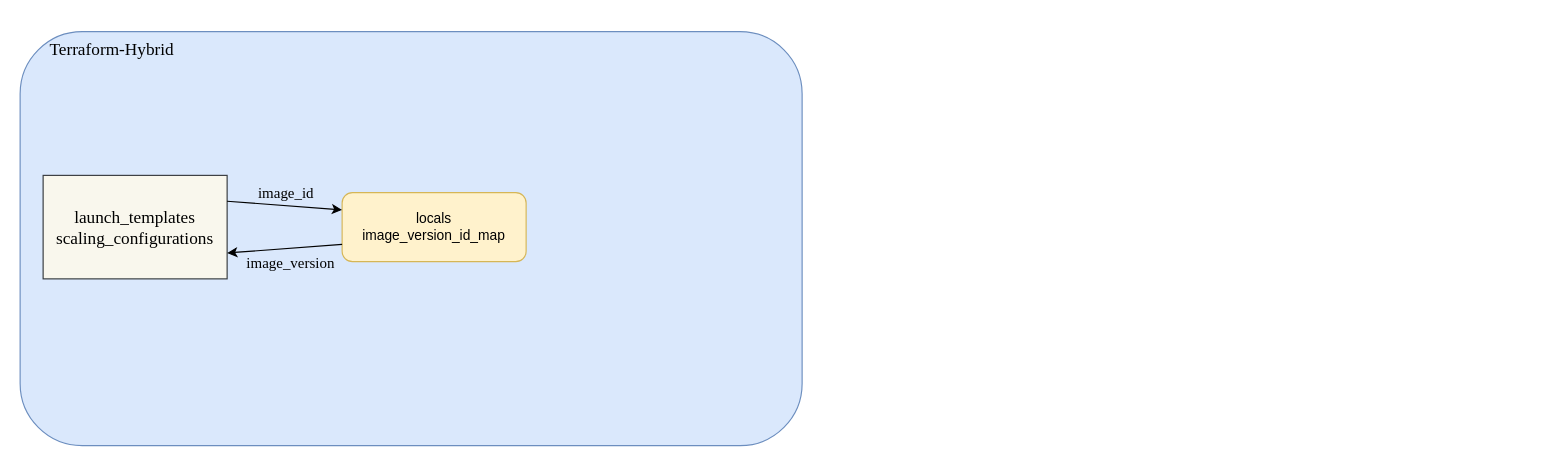
The draw.io diagram packon-terraform-hybrid-connection.drawio in YanshanSong/draw.io, before the edit. Source tidied: cells renumbered, new cells numbered last; positions are measured from the earlier drawing's top-left corner, leaving out a move shared by most shapes. Both pictures are drawn from the tidied source at 115%, with x=0, y=0 at pixel (20, 20).
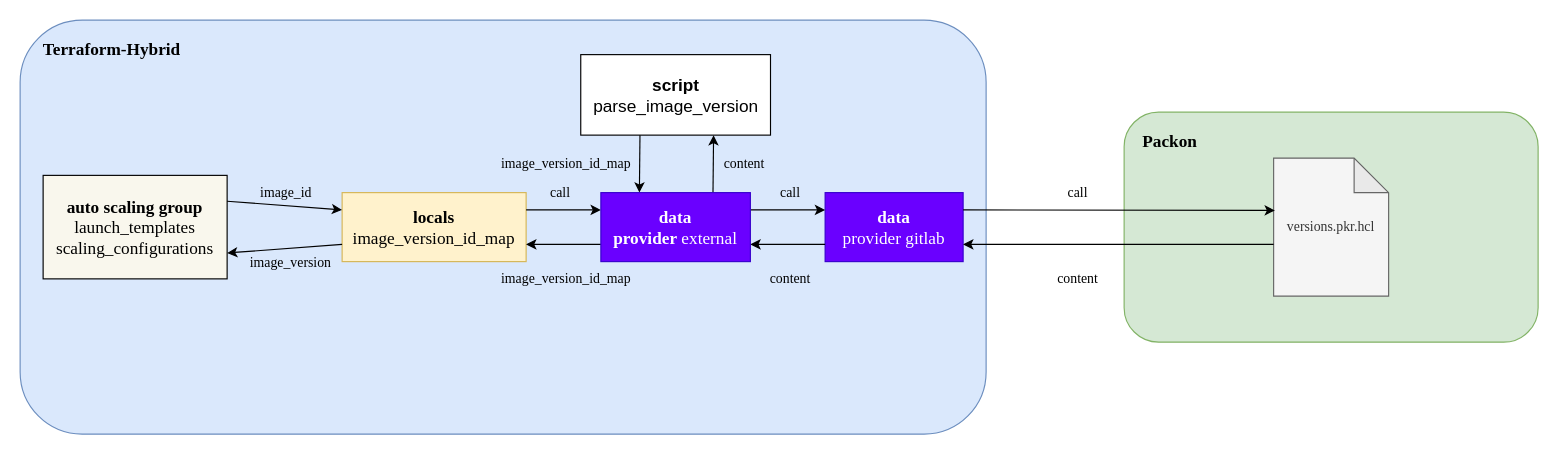
The same diagram, later.

The change refers to these unchanged cells:
```xml
<mxCell id="7" style="endArrow=classic;html=1;rounded=0;entryX=1;entryY=0.75;entryDx=0;entryDy=0;exitX=0;exitY=0.75;exitDx=0;exitDy=0;" parent="1" edge="1" source="5" target="4">
  <mxGeometry relative="1" as="geometry" />
</mxCell>
```

The edit, as a diff of the source:
```diff
@@
     <mxCell id="2" style="rounded=1;whiteSpace=wrap;html=1;fillColor=#dae8fc;strokeColor=#6c8ebf;" parent="1" vertex="1">
-      <mxGeometry y="10" width="680" height="360" as="geometry" />
+      <mxGeometry width="840" height="360" as="geometry" />
     </mxCell>
-    <mxCell id="3" value="Terraform-Hybrid" style="text;html=1;strokeColor=none;fillColor=none;align=center;verticalAlign=middle;whiteSpace=wrap;rounded=0;fontFamily=Times New Roman;fontSize=15;" parent="1" vertex="1">
+    <mxCell id="3" value="Terraform-Hybrid" style="text;html=1;strokeColor=none;fillColor=none;align=center;verticalAlign=middle;whiteSpace=wrap;rounded=0;fontFamily=Times New Roman;fontSize=15;fontStyle=1;" parent="1" vertex="1">
       <mxGeometry width="160" height="50" as="geometry" />
     </mxCell>
-    <mxCell id="4" value="&lt;font style=&quot;font-size: 15px;&quot; face=&quot;Times New Roman&quot;&gt;launch_templates&lt;br&gt;scaling_configurations&lt;/font&gt;" style="rounded=0;whiteSpace=wrap;html=1;fillColor=#f9f7ed;strokeColor=#36393d;" parent="1" vertex="1">
+    <mxCell id="4" value="&lt;font style=&quot;font-size: 15px;&quot; face=&quot;Times New Roman&quot;&gt;&lt;b&gt;auto scaling group&lt;/b&gt;&lt;br&gt;launch_templates&lt;br&gt;scaling_configurations&lt;/font&gt;" style="rounded=0;whiteSpace=wrap;html=1;fillColor=#f9f7ed;strokeColor=default;labelBorderColor=none;fontColor=default;" parent="1" vertex="1">
       <mxGeometry x="20" y="135" width="160" height="90" as="geometry" />
     </mxCell>
-    <mxCell id="5" value="locals&lt;br&gt;image_version_id_map" style="rounded=1;whiteSpace=wrap;html=1;fillColor=#fff2cc;strokeColor=#d6b656;" parent="1" vertex="1">
+    <mxCell id="5" value="&lt;font style=&quot;font-size: 15px;&quot; face=&quot;Times New Roman&quot;&gt;&lt;b&gt;locals&lt;/b&gt;&lt;br&gt;image_version_id_map&lt;/font&gt;" style="rounded=0;whiteSpace=wrap;html=1;fillColor=#fff2cc;strokeColor=#d6b656;" parent="1" vertex="1">
       <mxGeometry x="280" y="150" width="160" height="60" as="geometry" />
     </mxCell>
-    <mxCell id="6" value="image_id" style="endArrow=classic;html=1;rounded=0;exitX=1;exitY=0.25;exitDx=0;exitDy=0;entryX=0;entryY=0.25;entryDx=0;entryDy=0;labelBackgroundColor=none;fontSize=13;fontFamily=Times New Roman;" parent="1" edge="1" source="4" target="5">
-      <mxGeometry x="-0.01" y="11" relative="1" as="geometry" />
+    <mxCell id="6" value="&lt;font style=&quot;font-size: 12px;&quot;&gt;image_id&lt;/font&gt;" style="endArrow=classic;html=1;rounded=0;exitX=1;exitY=0.25;exitDx=0;exitDy=0;entryX=0;entryY=0.25;entryDx=0;entryDy=0;labelBackgroundColor=none;fontSize=11;fontFamily=Times New Roman;" parent="1" edge="1" source="4" target="5">
+      <mxGeometry y="11" relative="1" as="geometry" />
     </mxCell>
@@
-    <mxCell id="8" value="image_version" style="edgeLabel;html=1;align=center;verticalAlign=middle;labelBackgroundColor=none;fontFamily=Times New Roman;fontSize=13;" parent="7" vertex="1">
+    <mxCell id="8" value="&lt;font style=&quot;font-size: 12px;&quot;&gt;image_version&lt;/font&gt;" style="edgeLabel;html=1;align=center;verticalAlign=middle;labelBackgroundColor=none;fontFamily=Times New Roman;fontSize=11;" parent="7" vertex="1">
       <mxGeometry x="-0.11" y="-3" relative="1" as="geometry">
         <mxPoint y="15" as="offset" />
       </mxGeometry>
     </mxCell>
+    <mxCell id="9" value="&lt;font style=&quot;font-size: 15px;&quot;&gt;&lt;b&gt;data&lt;/b&gt;&lt;br&gt;provider gitlab&lt;/font&gt;" style="rounded=0;whiteSpace=wrap;html=1;fillColor=#6a00ff;strokeColor=#3700CC;fontColor=#ffffff;fontFamily=Times New Roman;" parent="1" vertex="1">
+      <mxGeometry x="700" y="150" width="120" height="60" as="geometry" />
+    </mxCell>
+    <mxCell id="10" style="endArrow=classic;html=1;rounded=0;fontFamily=Helvetica;fontSize=12;fontColor=default;entryX=0.25;entryY=0;entryDx=0;entryDy=0;" parent="1" edge="1">
+      <mxGeometry relative="1" as="geometry">
+        <mxPoint x="539" y="100" as="sourcePoint" />
+        <mxPoint x="538.5" y="150" as="targetPoint" />
+      </mxGeometry>
+    </mxCell>
+    <mxCell id="11" value="image_version_id_map" style="text;html=1;strokeColor=none;fillColor=none;align=center;verticalAlign=middle;whiteSpace=wrap;rounded=0;fontSize=12;fontFamily=Times New Roman;fontColor=default;" parent="1" vertex="1">
+      <mxGeometry x="445" y="110" width="60" height="30" as="geometry" />
+    </mxCell>
+    <mxCell id="12" style="endArrow=classic;html=1;rounded=0;fontFamily=Helvetica;fontSize=12;fontColor=default;exitX=0.75;exitY=0;exitDx=0;exitDy=0;" parent="1" edge="1" source="26">
+      <mxGeometry relative="1" as="geometry">
+        <mxPoint x="603" y="100" as="targetPoint" />
+      </mxGeometry>
+    </mxCell>
+    <mxCell id="13" value="content" style="text;html=1;strokeColor=none;fillColor=none;align=center;verticalAlign=middle;whiteSpace=wrap;rounded=0;fontSize=12;fontFamily=Times New Roman;fontColor=default;" parent="1" vertex="1">
+      <mxGeometry x="600" y="110" width="60" height="30" as="geometry" />
+    </mxCell>
+    <mxCell id="14" style="endArrow=classic;html=1;rounded=0;fontFamily=Helvetica;fontSize=12;fontColor=default;exitX=1;exitY=0.25;exitDx=0;exitDy=0;entryX=0;entryY=0.25;entryDx=0;entryDy=0;" parent="1" edge="1" source="5" target="26">
+      <mxGeometry relative="1" as="geometry" />
+    </mxCell>
+    <mxCell id="15" style="endArrow=classic;html=1;rounded=0;fontFamily=Helvetica;fontSize=12;fontColor=default;exitX=0;exitY=0.75;exitDx=0;exitDy=0;entryX=1;entryY=0.75;entryDx=0;entryDy=0;" parent="1" edge="1" source="26" target="5">
+      <mxGeometry relative="1" as="geometry" />
+    </mxCell>
+    <mxCell id="16" value="image_version_id_map" style="text;html=1;strokeColor=none;fillColor=none;align=center;verticalAlign=middle;whiteSpace=wrap;rounded=0;fontSize=12;fontFamily=Times New Roman;fontColor=default;" parent="1" vertex="1">
+      <mxGeometry x="445" y="210" width="60" height="30" as="geometry" />
+    </mxCell>
+    <mxCell id="17" value="call" style="text;html=1;strokeColor=none;fillColor=none;align=center;verticalAlign=middle;whiteSpace=wrap;rounded=0;fontSize=12;fontFamily=Times New Roman;fontColor=default;" parent="1" vertex="1">
+      <mxGeometry x="450" y="140" width="40" height="20" as="geometry" />
+    </mxCell>
+    <mxCell id="18" value="call" style="text;html=1;strokeColor=none;fillColor=none;align=center;verticalAlign=middle;whiteSpace=wrap;rounded=0;fontSize=12;fontFamily=Times New Roman;fontColor=default;" parent="1" vertex="1">
+      <mxGeometry x="650" y="140" width="40" height="20" as="geometry" />
+    </mxCell>
+    <mxCell id="19" style="endArrow=classic;html=1;rounded=0;fontFamily=Helvetica;fontSize=12;fontColor=default;exitX=1;exitY=0.25;exitDx=0;exitDy=0;entryX=0;entryY=0.25;entryDx=0;entryDy=0;" parent="1" edge="1" source="26" target="9">
+      <mxGeometry relative="1" as="geometry" />
+    </mxCell>
+    <mxCell id="20" style="endArrow=classic;html=1;rounded=0;fontFamily=Helvetica;fontSize=12;fontColor=default;exitX=0;exitY=0.75;exitDx=0;exitDy=0;entryX=1;entryY=0.75;entryDx=0;entryDy=0;" parent="1" edge="1" source="9" target="26">
+      <mxGeometry relative="1" as="geometry" />
+    </mxCell>
+    <mxCell id="21" value="content" style="text;html=1;strokeColor=none;fillColor=none;align=center;verticalAlign=middle;whiteSpace=wrap;rounded=0;fontSize=12;fontFamily=Times New Roman;fontColor=default;" parent="1" vertex="1">
+      <mxGeometry x="640" y="210" width="60" height="30" as="geometry" />
+    </mxCell>
+    <mxCell id="22" style="rounded=1;whiteSpace=wrap;html=1;strokeColor=#82b366;align=center;verticalAlign=middle;fontFamily=Helvetica;fontSize=12;fillColor=#d5e8d4;" parent="1" vertex="1">
+      <mxGeometry x="960" y="80" width="360" height="200" as="geometry" />
+    </mxCell>
+    <mxCell id="23" value="Packon" style="text;html=1;strokeColor=none;fillColor=none;align=center;verticalAlign=middle;whiteSpace=wrap;rounded=0;fontFamily=Times New Roman;fontSize=15;fontStyle=1;" parent="1" vertex="1">
+      <mxGeometry x="960" y="80" width="80" height="50" as="geometry" />
+    </mxCell>
+    <mxCell id="24" value="versions.pkr.hcl" style="shape=note;whiteSpace=wrap;html=1;backgroundOutline=1;darkOpacity=0.05;rounded=1;strokeColor=#666666;align=center;verticalAlign=middle;fontFamily=Times New Roman;fontSize=12;fillColor=#f5f5f5;fontColor=#333333;" parent="1" vertex="1">
+      <mxGeometry x="1090" y="120" width="100" height="120" as="geometry" />
+    </mxCell>
+    <mxCell id="25" style="group;" parent="1" vertex="1">
+      <mxGeometry x="487.5" y="30" width="165" height="180" as="geometry" />
+    </mxCell>
+    <mxCell id="26" value="&lt;font style=&quot;font-size: 15px;&quot;&gt;&lt;b style=&quot;&quot;&gt;data&lt;br style=&quot;&quot;&gt;provider&amp;nbsp;&lt;/b&gt;external&lt;/font&gt;" style="rounded=0;whiteSpace=wrap;html=1;fillColor=#6a00ff;strokeColor=#3700CC;fontColor=#ffffff;fontFamily=Times New Roman;fontSize=15;" parent="25" vertex="1">
+      <mxGeometry x="17.5" y="120" width="130" height="60" as="geometry" />
+    </mxCell>
+    <mxCell id="27" value="&lt;font style=&quot;font-size: 15px;&quot;&gt;&lt;b&gt;script&lt;/b&gt;&lt;br&gt;parse_image_version&lt;/font&gt;" style="rounded=0;whiteSpace=wrap;html=1;align=center;verticalAlign=middle;fontFamily=Helvetica;fontSize=12;" parent="25" vertex="1">
+      <mxGeometry width="165" height="70" as="geometry" />
+    </mxCell>
+    <mxCell id="28" style="endArrow=classic;html=1;rounded=0;fontFamily=Helvetica;fontSize=12;fontColor=default;entryX=0.011;entryY=0.379;entryDx=0;entryDy=0;entryPerimeter=0;exitX=1;exitY=0.25;exitDx=0;exitDy=0;" parent="1" edge="1" source="9" target="24">
+      <mxGeometry relative="1" as="geometry" />
+    </mxCell>
+    <mxCell id="29" style="endArrow=classic;html=1;rounded=0;fontFamily=Helvetica;fontSize=12;fontColor=default;entryX=1;entryY=0.75;entryDx=0;entryDy=0;exitX=0;exitY=0.625;exitDx=0;exitDy=0;exitPerimeter=0;" parent="1" edge="1" source="24" target="9">
+      <mxGeometry relative="1" as="geometry" />
+    </mxCell>
+    <mxCell id="30" value="call" style="text;html=1;strokeColor=none;fillColor=none;align=center;verticalAlign=middle;whiteSpace=wrap;rounded=0;fontSize=12;fontFamily=Times New Roman;fontColor=default;" parent="1" vertex="1">
+      <mxGeometry x="900" y="140" width="40" height="20" as="geometry" />
+    </mxCell>
+    <mxCell id="31" value="content" style="text;html=1;strokeColor=none;fillColor=none;align=center;verticalAlign=middle;whiteSpace=wrap;rounded=0;fontSize=12;fontFamily=Times New Roman;fontColor=default;" parent="1" vertex="1">
+      <mxGeometry x="890" y="210" width="60" height="30" as="geometry" />
+    </mxCell>
```
